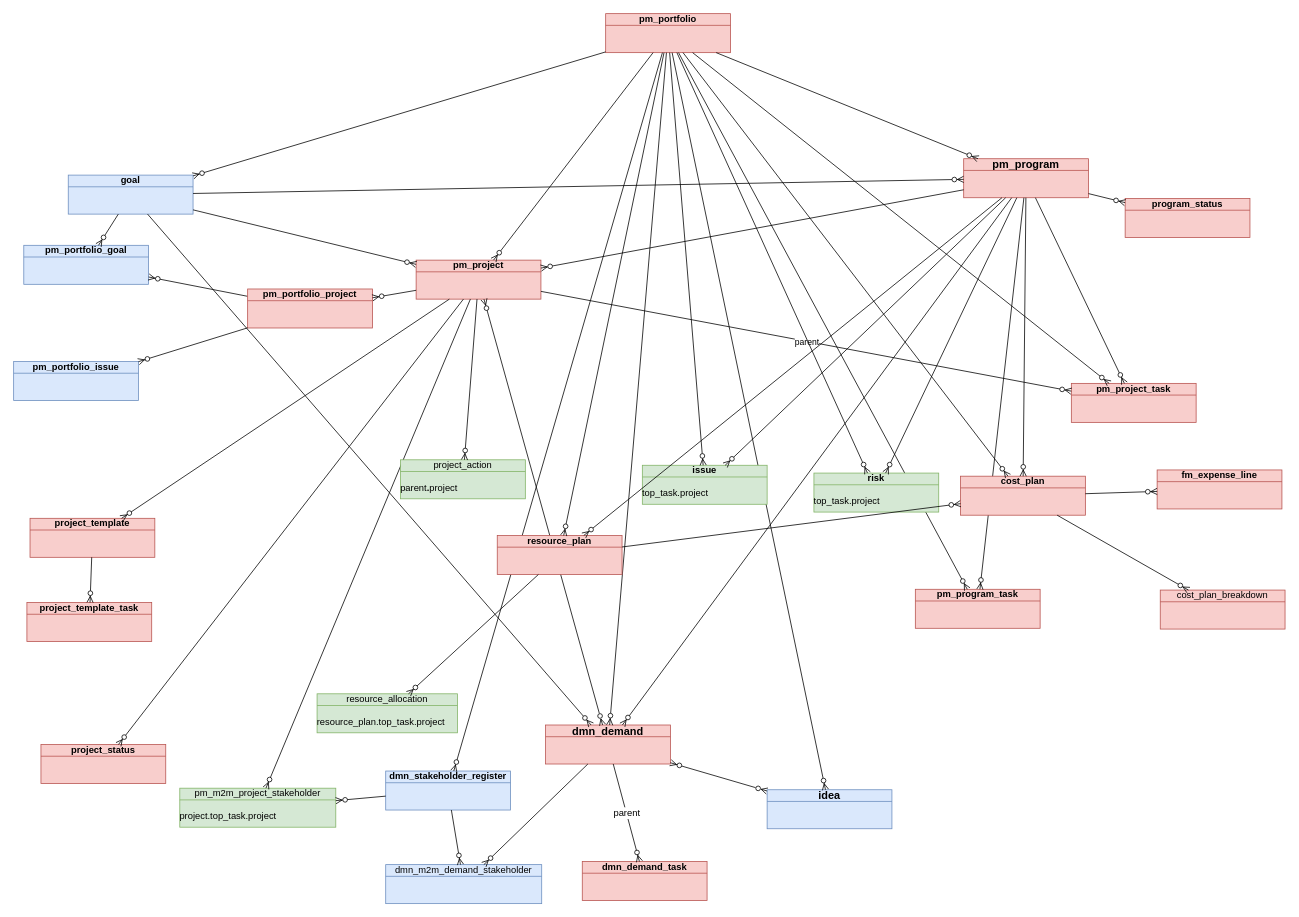
This is page "hier2" (20 of 20) of Sar.drawio from algimas/tmp, a draw.io file, before an edit. Source tidied: cells renumbered, new cells numbered last; positions are measured from the earlier drawing's top-left corner, leaving out a move shared by most shapes. Both pictures are drawn from the tidied source at 78%, with x=0, y=0 at pixel (13, 13).
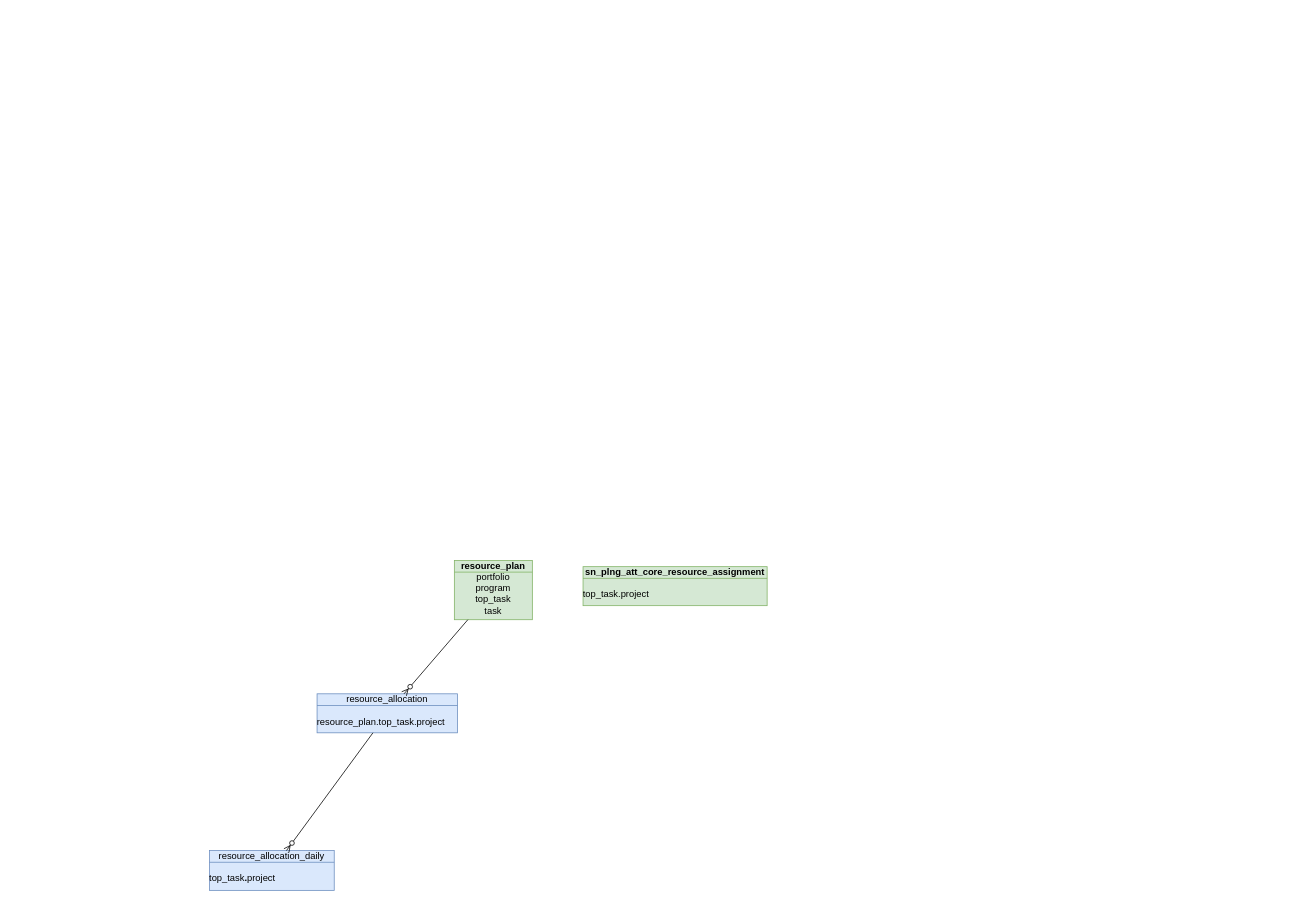
The same page after the edit.

The edit, as a diff of the source:
```diff
@@
+    <mxCell id="74" value="&lt;div&gt;sn_plng_att_core_resource_assignment&lt;/div&gt;&lt;div&gt;&lt;br&gt;&lt;/div&gt;&lt;div align=&quot;left&quot;&gt;&lt;span style=&quot;font-weight: normal;&quot;&gt;top_task.&lt;/span&gt;&lt;span style=&quot;font-weight: normal;&quot;&gt;project&lt;/span&gt;&lt;/div&gt;" style="html=1;whiteSpace=wrap;fillColor=#d5e8d4;shape=mxgraph.archimate3.businessObject;overflow=fill;strokeColor=#82b366;fontStyle=1;" parent="1" vertex="1">
+      <mxGeometry x="730" y="709" width="236" height="50" as="geometry" />
+    </mxCell>
+    <mxCell id="75" value="&lt;div&gt;&lt;span style=&quot;font-weight: normal;&quot;&gt;resource_allocation_daily&lt;/span&gt;&lt;/div&gt;&lt;div&gt;&lt;br&gt;&lt;/div&gt;&lt;div align=&quot;left&quot;&gt;&lt;span style=&quot;font-weight: normal;&quot;&gt;top_task&lt;/span&gt;.&lt;span style=&quot;font-weight: normal;&quot;&gt;project&lt;/span&gt;&lt;/div&gt;" style="html=1;outlineConnect=0;whiteSpace=wrap;fillColor=#dae8fc;shape=mxgraph.archimate3.businessObject;overflow=fill;strokeColor=#6c8ebf;fontStyle=1;" parent="1" vertex="1">
+      <mxGeometry x="251" y="1073" width="160" height="51" as="geometry" />
+    </mxCell>
-    <mxCell id="2" value="&lt;div&gt;&lt;span style=&quot;font-weight: normal;&quot;&gt;resource_allocation&lt;/span&gt;&lt;/div&gt;&lt;div&gt;&lt;br&gt;&lt;/div&gt;&lt;div align=&quot;left&quot;&gt;&lt;span style=&quot;font-weight: normal;&quot;&gt;resource_plan.top_task.&lt;/span&gt;&lt;span style=&quot;font-weight: normal;&quot;&gt;project&lt;/span&gt;&lt;/div&gt;" style="html=1;outlineConnect=0;whiteSpace=wrap;fillColor=#d5e8d4;shape=mxgraph.archimate3.businessObject;overflow=fill;strokeColor=#82b366;fontStyle=1;" parent="1" vertex="1">
+    <mxCell id="2" value="&lt;div&gt;&lt;span style=&quot;font-weight: normal;&quot;&gt;resource_allocation&lt;/span&gt;&lt;/div&gt;&lt;div&gt;&lt;br&gt;&lt;/div&gt;&lt;div align=&quot;left&quot;&gt;&lt;span style=&quot;font-weight: normal;&quot;&gt;resource_plan.top_task.&lt;/span&gt;&lt;span style=&quot;font-weight: normal;&quot;&gt;project&lt;/span&gt;&lt;/div&gt;" style="html=1;outlineConnect=0;whiteSpace=wrap;fillColor=#dae8fc;shape=mxgraph.archimate3.businessObject;overflow=fill;strokeColor=#6c8ebf;fontStyle=1;" parent="1" vertex="1">
       <mxGeometry x="389" y="872" width="180" height="50" as="geometry" />
     </mxCell>
-    <mxCell id="3" value="pm_portfolio_goal" style="html=1;outlineConnect=0;whiteSpace=wrap;fillColor=#dae8fc;shape=mxgraph.archimate3.businessObject;overflow=fill;strokeColor=#6c8ebf;fontStyle=1;" parent="1" vertex="1">
-      <mxGeometry x="13" y="297" width="160" height="50" as="geometry" />
-    </mxCell>
-    <mxCell id="4" style="fontSize=12;html=1;endArrow=ERzeroToMany;endFill=1;rounded=0;" parent="1" edge="1" source="15" target="3">
-      <mxGeometry relative="1" as="geometry" />
-    </mxCell>
-    <mxCell id="5" value="pm_project" style="html=1;outlineConnect=0;whiteSpace=wrap;fillColor=#f8cecc;shape=mxgraph.archimate3.businessObject;overflow=fill;strokeColor=#b85450;fontStyle=1;" parent="1" vertex="1">
-      <mxGeometry x="516" y="316" width="160" height="50" as="geometry" />
-    </mxCell>
-    <mxCell id="6" value="project_template" style="html=1;outlineConnect=0;whiteSpace=wrap;fillColor=#f8cecc;shape=mxgraph.archimate3.businessObject;overflow=fill;strokeColor=#b85450;fontStyle=1;" parent="1" vertex="1">
-      <mxGeometry x="21" y="647" width="160" height="50" as="geometry" />
-    </mxCell>
-    <mxCell id="7" style="fontSize=12;html=1;endArrow=ERzeroToMany;endFill=1;rounded=0;" parent="1" edge="1" source="5" target="6">
-      <mxGeometry relative="1" as="geometry" />
-    </mxCell>
-    <mxCell id="8" value="dmn_demand" style="html=1;outlineConnect=0;whiteSpace=wrap;fillColor=#f8cecc;shape=mxgraph.archimate3.businessObject;overflow=fill;strokeColor=#b85450;fontStyle=1;fontSize=14;" parent="1" vertex="1">
-      <mxGeometry x="682" y="912" width="160" height="50" as="geometry" />
-    </mxCell>
-    <mxCell id="9" value="pm_program_task" style="html=1;outlineConnect=0;whiteSpace=wrap;fillColor=#f8cecc;shape=mxgraph.archimate3.businessObject;overflow=fill;strokeColor=#b85450;fontStyle=1;" parent="1" vertex="1">
-      <mxGeometry x="1156" y="738" width="160" height="50" as="geometry" />
-    </mxCell>
-    <mxCell id="10" value="&lt;span&gt;pm_portfolio&lt;/span&gt;" style="html=1;outlineConnect=0;whiteSpace=wrap;fillColor=#f8cecc;shape=mxgraph.archimate3.businessObject;overflow=fill;strokeColor=#b85450;fontStyle=1;" parent="1" vertex="1">
-      <mxGeometry x="759" width="160" height="50" as="geometry" />
-    </mxCell>
-    <mxCell id="11" style="fontSize=12;html=1;endArrow=ERzeroToMany;endFill=1;rounded=0;" parent="1" edge="1" source="10" target="9">
-      <mxGeometry relative="1" as="geometry" />
-    </mxCell>
-    <mxCell id="12" value="project_status" style="html=1;outlineConnect=0;whiteSpace=wrap;fillColor=#f8cecc;shape=mxgraph.archimate3.businessObject;overflow=fill;strokeColor=#b85450;fontStyle=1;" parent="1" vertex="1">
-      <mxGeometry x="35" y="937" width="160" height="50" as="geometry" />
-    </mxCell>
-    <mxCell id="13" style="fontSize=12;html=1;endArrow=ERzeroToMany;endFill=1;rounded=0;" parent="1" edge="1" source="5" target="12">
-      <mxGeometry relative="1" as="geometry" />
-    </mxCell>
-    <mxCell id="14" value="pm_portfolio_issue" style="html=1;outlineConnect=0;whiteSpace=wrap;fillColor=#dae8fc;shape=mxgraph.archimate3.businessObject;overflow=fill;strokeColor=#6c8ebf;fontStyle=1;" parent="1" vertex="1">
-      <mxGeometry y="446" width="160" height="50" as="geometry" />
-    </mxCell>
-    <mxCell id="15" value="pm_portfolio_project" style="html=1;outlineConnect=0;whiteSpace=wrap;fillColor=#f8cecc;shape=mxgraph.archimate3.businessObject;overflow=fill;strokeColor=#b85450;fontStyle=1;" parent="1" vertex="1">
-      <mxGeometry x="300" y="353" width="160" height="50" as="geometry" />
-    </mxCell>
-    <mxCell id="16" style="fontSize=12;html=1;endArrow=ERzeroToMany;endFill=1;rounded=0;" parent="1" edge="1" source="15" target="14">
-      <mxGeometry relative="1" as="geometry" />
-    </mxCell>
-    <mxCell id="17" value="pm_project_task" style="html=1;outlineConnect=0;whiteSpace=wrap;fillColor=#f8cecc;shape=mxgraph.archimate3.businessObject;overflow=fill;strokeColor=#b85450;fontStyle=1;" parent="1" vertex="1">
-      <mxGeometry x="1356" y="474" width="160" height="50" as="geometry" />
-    </mxCell>
-    <mxCell id="18" style="fontSize=12;html=1;endArrow=ERzeroToMany;endFill=1;rounded=0;" parent="1" edge="1" source="5" target="15">
-      <mxGeometry relative="1" as="geometry" />
-    </mxCell>
-    <mxCell id="19" value="dmn_demand_task" style="html=1;outlineConnect=0;whiteSpace=wrap;fillColor=#f8cecc;shape=mxgraph.archimate3.businessObject;overflow=fill;strokeColor=#b85450;fontStyle=1;" parent="1" vertex="1">
-      <mxGeometry x="729" y="1087" width="160" height="50" as="geometry" />
-    </mxCell>
-    <mxCell id="20" value="parent" style="fontSize=12;html=1;endArrow=ERzeroToMany;endFill=1;rounded=0;" parent="1" edge="1" source="8" target="19">
-      <mxGeometry relative="1" as="geometry" />
-    </mxCell>
-    <mxCell id="21" value="project_template_task" style="html=1;outlineConnect=0;whiteSpace=wrap;fillColor=#f8cecc;shape=mxgraph.archimate3.businessObject;overflow=fill;strokeColor=#b85450;fontStyle=1;" parent="1" vertex="1">
-      <mxGeometry x="17" y="755" width="160" height="50" as="geometry" />
-    </mxCell>
-    <mxCell id="22" style="fontSize=12;html=1;endArrow=ERzeroToMany;endFill=1;rounded=0;" parent="1" edge="1" source="6" target="21">
-      <mxGeometry relative="1" as="geometry" />
-    </mxCell>
-    <mxCell id="23" value="idea" style="html=1;outlineConnect=0;whiteSpace=wrap;fillColor=#dae8fc;shape=mxgraph.archimate3.businessObject;overflow=fill;strokeColor=#6c8ebf;fontStyle=1;fontSize=14;" parent="1" vertex="1">
-      <mxGeometry x="966" y="995" width="160" height="50" as="geometry" />
-    </mxCell>
-    <mxCell id="24" style="fontSize=12;html=1;endArrow=ERzeroToMany;endFill=1;rounded=0;startArrow=ERzeroToMany;startFill=0;" parent="1" edge="1" source="23" target="8">
-      <mxGeometry relative="1" as="geometry" />
-    </mxCell>
-    <mxCell id="25" value="dmn_stakeholder_register" style="html=1;outlineConnect=0;whiteSpace=wrap;fillColor=#dae8fc;shape=mxgraph.archimate3.businessObject;overflow=fill;strokeColor=#6c8ebf;fontStyle=1;" parent="1" vertex="1">
-      <mxGeometry x="477" y="971" width="160" height="50" as="geometry" />
-    </mxCell>
-    <mxCell id="26" style="fontSize=12;html=1;endArrow=ERzeroToMany;endFill=1;rounded=0;" parent="1" edge="1" source="10" target="25">
-      <mxGeometry relative="1" as="geometry" />
-    </mxCell>
-    <mxCell id="27" value="pm_program" style="html=1;outlineConnect=0;whiteSpace=wrap;fillColor=#f8cecc;shape=mxgraph.archimate3.businessObject;overflow=fill;strokeColor=#b85450;fontStyle=1;fontSize=14;" parent="1" vertex="1">
-      <mxGeometry x="1218" y="186" width="160" height="50" as="geometry" />
-    </mxCell>
-    <mxCell id="28" style="fontSize=12;html=1;endArrow=ERzeroToMany;endFill=1;rounded=0;" parent="1" edge="1" source="10" target="27">
-      <mxGeometry relative="1" as="geometry" />
-    </mxCell>
-    <mxCell id="29" style="fontSize=12;html=1;endArrow=ERzeroToMany;endFill=1;rounded=0;" parent="1" edge="1" source="27" target="5">
-      <mxGeometry relative="1" as="geometry" />
-    </mxCell>
-    <mxCell id="30" style="fontSize=12;html=1;endArrow=ERzeroToMany;endFill=1;rounded=0;startArrow=ERzeroToMany;startFill=0;" parent="1" edge="1" source="8" target="5">
-      <mxGeometry relative="1" as="geometry" />
-    </mxCell>
-    <mxCell id="31" style="fontSize=12;html=1;endArrow=ERzeroToMany;endFill=1;rounded=0;" parent="1" edge="1" source="27" target="8">
-      <mxGeometry relative="1" as="geometry" />
-    </mxCell>
-    <mxCell id="32" style="fontSize=12;html=1;endArrow=ERzeroToMany;endFill=1;rounded=0;" parent="1" edge="1" source="10" target="8">
-      <mxGeometry relative="1" as="geometry" />
-    </mxCell>
-    <mxCell id="33" value="goal" style="html=1;outlineConnect=0;whiteSpace=wrap;fillColor=#dae8fc;shape=mxgraph.archimate3.businessObject;overflow=fill;strokeColor=#6c8ebf;fontStyle=1;" parent="1" vertex="1">
-      <mxGeometry x="70" y="207" width="160" height="50" as="geometry" />
-    </mxCell>
-    <mxCell id="34" style="fontSize=12;html=1;endArrow=ERzeroToMany;endFill=1;rounded=0;" parent="1" edge="1" source="33" target="8">
-      <mxGeometry relative="1" as="geometry" />
-    </mxCell>
-    <mxCell id="35" style="fontSize=12;html=1;endArrow=ERzeroToMany;endFill=1;rounded=0;" parent="1" edge="1" source="33" target="3">
-      <mxGeometry relative="1" as="geometry" />
-    </mxCell>
-    <mxCell id="36" style="fontSize=12;html=1;endArrow=ERzeroToMany;endFill=1;rounded=0;" parent="1" edge="1" source="33" target="27">
-      <mxGeometry relative="1" as="geometry" />
-    </mxCell>
-    <mxCell id="37" style="fontSize=12;html=1;endArrow=ERzeroToMany;endFill=1;rounded=0;" parent="1" edge="1" source="33" target="5">
-      <mxGeometry relative="1" as="geometry" />
-    </mxCell>
-    <mxCell id="38" style="fontSize=12;html=1;endArrow=ERzeroToMany;endFill=1;rounded=0;" parent="1" edge="1" source="10" target="33">
-      <mxGeometry relative="1" as="geometry" />
-    </mxCell>
-    <mxCell id="39" style="fontSize=12;html=1;endArrow=ERzeroToMany;endFill=1;rounded=0;" parent="1" edge="1" source="10" target="23">
-      <mxGeometry relative="1" as="geometry" />
-    </mxCell>
-    <mxCell id="40" style="fontSize=12;html=1;endArrow=ERzeroToMany;endFill=1;rounded=0;" parent="1" edge="1" source="10" target="17">
-      <mxGeometry relative="1" as="geometry" />
-    </mxCell>
-    <mxCell id="41" style="fontSize=12;html=1;endArrow=ERzeroToMany;endFill=1;rounded=0;" parent="1" edge="1" source="27" target="17">
-      <mxGeometry relative="1" as="geometry" />
-    </mxCell>
-    <mxCell id="42" style="fontSize=12;html=1;endArrow=ERzeroToMany;endFill=1;rounded=0;" parent="1" edge="1" source="5" target="17">
-      <mxGeometry relative="1" as="geometry" />
-    </mxCell>
-    <mxCell id="43" value="parent" style="edgeLabel;html=1;align=center;verticalAlign=middle;" parent="42" vertex="1">
-      <mxGeometry relative="1" as="geometry" />
-    </mxCell>
-    <mxCell id="44" style="fontSize=12;html=1;endArrow=ERzeroToMany;endFill=1;rounded=0;" parent="1" edge="1" source="27" target="9">
-      <mxGeometry relative="1" as="geometry" />
-    </mxCell>
-    <mxCell id="45" value="cost_plan" style="html=1;outlineConnect=0;whiteSpace=wrap;fillColor=#f8cecc;shape=mxgraph.archimate3.businessObject;overflow=fill;strokeColor=#b85450;fontStyle=1;shadow=0;" parent="1" vertex="1">
-      <mxGeometry x="1214" y="593" width="160" height="50" as="geometry" />
-    </mxCell>
-    <mxCell id="46" style="fontSize=12;html=1;endArrow=ERzeroToMany;endFill=1;rounded=0;" parent="1" edge="1" source="10" target="45">
-      <mxGeometry relative="1" as="geometry" />
-    </mxCell>
-    <mxCell id="47" value="&lt;div&gt;risk&lt;/div&gt;&lt;div&gt;&lt;br&gt;&lt;/div&gt;&lt;div align=&quot;left&quot;&gt;&lt;span style=&quot;font-weight: normal;&quot;&gt;top_task.&lt;/span&gt;&lt;span style=&quot;font-weight: normal;&quot;&gt;project&lt;/span&gt;&lt;/div&gt;" style="html=1;outlineConnect=0;whiteSpace=wrap;fillColor=#d5e8d4;shape=mxgraph.archimate3.businessObject;overflow=fill;strokeColor=#82b366;fontStyle=1;" parent="1" vertex="1">
-      <mxGeometry x="1026" y="589" width="160" height="50" as="geometry" />
-    </mxCell>
-    <mxCell id="48" style="fontSize=12;html=1;endArrow=ERzeroToMany;endFill=1;rounded=0;" parent="1" edge="1" source="10" target="47">
-      <mxGeometry relative="1" as="geometry" />
-    </mxCell>
-    <mxCell id="49" style="fontSize=12;html=1;endArrow=ERzeroToMany;endFill=1;rounded=0;" parent="1" edge="1" source="10" target="5">
-      <mxGeometry relative="1" as="geometry" />
-    </mxCell>
-    <mxCell id="50" value="&lt;div&gt;issue&lt;/div&gt;&lt;div&gt;&lt;br&gt;&lt;/div&gt;&lt;div align=&quot;left&quot;&gt;&lt;span style=&quot;font-weight: normal;&quot;&gt;top_task.&lt;/span&gt;&lt;span style=&quot;font-weight: normal;&quot;&gt;project&lt;/span&gt;&lt;/div&gt;" style="html=1;outlineConnect=0;whiteSpace=wrap;fillColor=#d5e8d4;shape=mxgraph.archimate3.businessObject;overflow=fill;strokeColor=#82b366;fontStyle=1;" parent="1" vertex="1">
-      <mxGeometry x="806" y="579" width="160" height="50" as="geometry" />
-    </mxCell>
-    <mxCell id="51" style="fontSize=12;html=1;endArrow=ERzeroToMany;endFill=1;rounded=0;" parent="1" edge="1" source="10" target="50">
-      <mxGeometry relative="1" as="geometry" />
-    </mxCell>
-    <mxCell id="52" value="dmn_m2m_demand_stakeholder" style="html=1;outlineConnect=0;whiteSpace=wrap;fillColor=#dae8fc;shape=mxgraph.archimate3.businessObject;overflow=fill;strokeColor=#6c8ebf;" parent="1" vertex="1">
-      <mxGeometry x="477" y="1091" width="200" height="50" as="geometry" />
-    </mxCell>
-    <mxCell id="53" value="&lt;div&gt;pm_m2m_project_stakeholder&lt;/div&gt;&lt;div&gt;&lt;br&gt;&lt;/div&gt;&lt;div&gt;&lt;div align=&quot;left&quot;&gt;&lt;span style=&quot;font-weight: normal;&quot;&gt;project.top_task.&lt;/span&gt;&lt;span style=&quot;font-weight: normal;&quot;&gt;project&lt;/span&gt;&lt;/div&gt;&lt;br&gt;&lt;/div&gt;" style="html=1;outlineConnect=0;whiteSpace=wrap;fillColor=#d5e8d4;shape=mxgraph.archimate3.businessObject;overflow=fill;strokeColor=#82b366;" parent="1" vertex="1">
-      <mxGeometry x="213" y="993" width="200" height="50" as="geometry" />
-    </mxCell>
-    <mxCell id="54" style="fontSize=12;html=1;endArrow=ERzeroToMany;endFill=1;rounded=0;" parent="1" edge="1" source="25" target="52">
-      <mxGeometry relative="1" as="geometry" />
-    </mxCell>
-    <mxCell id="55" style="fontSize=12;html=1;endArrow=ERzeroToMany;endFill=1;rounded=0;" parent="1" edge="1" source="25" target="53">
-      <mxGeometry relative="1" as="geometry" />
-    </mxCell>
-    <mxCell id="56" style="fontSize=12;html=1;endArrow=ERzeroToMany;endFill=1;rounded=0;" parent="1" edge="1" source="8" target="52">
-      <mxGeometry relative="1" as="geometry" />
-    </mxCell>
-    <mxCell id="57" style="fontSize=12;html=1;endArrow=ERzeroToMany;endFill=1;rounded=0;" parent="1" edge="1" source="5" target="53">
-      <mxGeometry relative="1" as="geometry" />
-    </mxCell>
-    <mxCell id="58" style="fontSize=12;html=1;endArrow=ERzeroToMany;endFill=1;rounded=0;" parent="1" edge="1" source="27" target="45">
-      <mxGeometry relative="1" as="geometry" />
-    </mxCell>
-    <mxCell id="59" style="fontSize=12;html=1;endArrow=ERzeroToMany;endFill=1;rounded=0;" parent="1" edge="1" source="27" target="47">
-      <mxGeometry relative="1" as="geometry" />
-    </mxCell>
-    <mxCell id="60" style="fontSize=12;html=1;endArrow=ERzeroToMany;endFill=1;rounded=0;" parent="1" edge="1" source="27" target="50">
-      <mxGeometry relative="1" as="geometry" />
-    </mxCell>
-    <mxCell id="61" value="fm_expense_line" style="html=1;outlineConnect=0;whiteSpace=wrap;fillColor=#f8cecc;shape=mxgraph.archimate3.businessObject;overflow=fill;strokeColor=#b85450;fontStyle=1;" parent="1" vertex="1">
-      <mxGeometry x="1466" y="585" width="160" height="50" as="geometry" />
-    </mxCell>
-    <mxCell id="62" value="cost_plan_breakdown" style="html=1;outlineConnect=0;whiteSpace=wrap;fillColor=#f8cecc;shape=mxgraph.archimate3.businessObject;overflow=fill;strokeColor=#b85450;" parent="1" vertex="1">
-      <mxGeometry x="1470" y="739" width="160" height="50" as="geometry" />
-    </mxCell>
-    <mxCell id="63" style="fontSize=12;html=1;endArrow=ERzeroToMany;endFill=1;rounded=0;" parent="1" edge="1" source="45" target="61">
-      <mxGeometry relative="1" as="geometry" />
-    </mxCell>
-    <mxCell id="64" style="fontSize=12;html=1;endArrow=ERzeroToMany;endFill=1;rounded=0;" parent="1" edge="1" source="45" target="62">
-      <mxGeometry relative="1" as="geometry" />
-    </mxCell>
-    <mxCell id="65" value="resource_plan" style="html=1;outlineConnect=0;whiteSpace=wrap;fillColor=#f8cecc;shape=mxgraph.archimate3.businessObject;overflow=fill;strokeColor=#b85450;fontStyle=1;" parent="1" vertex="1">
-      <mxGeometry x="620" y="669" width="160" height="50" as="geometry" />
-    </mxCell>
-    <mxCell id="66" style="fontSize=12;html=1;endArrow=ERzeroToMany;endFill=1;rounded=0;" parent="1" edge="1" source="65" target="45">
-      <mxGeometry relative="1" as="geometry" />
-    </mxCell>
-    <mxCell id="67" style="fontSize=12;html=1;endArrow=ERzeroToMany;endFill=1;rounded=0;" parent="1" edge="1" source="27" target="65">
-      <mxGeometry relative="1" as="geometry" />
-    </mxCell>
-    <mxCell id="68" style="fontSize=12;html=1;endArrow=ERzeroToMany;endFill=1;rounded=0;" parent="1" edge="1" source="10" target="65">
-      <mxGeometry relative="1" as="geometry" />
-    </mxCell>
-    <mxCell id="69" value="program_status" style="html=1;outlineConnect=0;whiteSpace=wrap;fillColor=#f8cecc;shape=mxgraph.archimate3.businessObject;overflow=fill;strokeColor=#b85450;fontStyle=1;" parent="1" vertex="1">
-      <mxGeometry x="1425" y="237" width="160" height="50" as="geometry" />
-    </mxCell>
-    <mxCell id="70" style="fontSize=12;html=1;endArrow=ERzeroToMany;endFill=1;rounded=0;" parent="1" edge="1" source="27" target="69">
-      <mxGeometry relative="1" as="geometry" />
-    </mxCell>
-    <mxCell id="71" value="&lt;div&gt;&lt;span style=&quot;font-weight: normal;&quot;&gt;project_action&lt;/span&gt;&lt;/div&gt;&lt;div&gt;&lt;br&gt;&lt;/div&gt;&lt;div align=&quot;left&quot;&gt;&lt;span style=&quot;font-weight: normal;&quot;&gt;parent&lt;/span&gt;.&lt;span style=&quot;font-weight: normal;&quot;&gt;project&lt;/span&gt;&lt;/div&gt;" style="html=1;outlineConnect=0;whiteSpace=wrap;fillColor=#d5e8d4;shape=mxgraph.archimate3.businessObject;overflow=fill;strokeColor=#82b366;fontStyle=1;" parent="1" vertex="1">
-      <mxGeometry x="496" y="572" width="160" height="50" as="geometry" />
-    </mxCell>
-    <mxCell id="72" style="fontSize=12;html=1;endArrow=ERzeroToMany;endFill=1;rounded=0;" parent="1" edge="1" source="5" target="71">
-      <mxGeometry relative="1" as="geometry" />
-    </mxCell>
-    <mxCell id="73" style="fontSize=12;html=1;endArrow=ERzeroToMany;endFill=1;rounded=0;" parent="1" edge="1" source="65" target="2">
-      <mxGeometry relative="1" as="geometry" />
-    </mxCell>
+    <mxCell id="76" value="&lt;div&gt;resource_plan&lt;/div&gt;&lt;span style=&quot;font-weight: normal;&quot;&gt;portfolio&lt;br&gt;program&lt;br&gt;top_task&lt;br&gt;task&lt;/span&gt;" style="html=1;outlineConnect=0;whiteSpace=wrap;fillColor=#d5e8d4;shape=mxgraph.archimate3.businessObject;overflow=fill;strokeColor=#82b366;fontStyle=1;" parent="1" vertex="1">
+      <mxGeometry x="565" y="701" width="100" height="76" as="geometry" />
+    </mxCell>
+    <mxCell id="77" style="fontSize=12;html=1;endArrow=ERzeroToMany;endFill=1;rounded=0;" parent="1" edge="1" source="2" target="75">
+      <mxGeometry relative="1" as="geometry" />
+    </mxCell>
+    <mxCell id="78" style="fontSize=12;html=1;endArrow=ERzeroToMany;endFill=1;rounded=0;" parent="1" edge="1" source="76" target="2">
+      <mxGeometry relative="1" as="geometry" />
+    </mxCell>
```
